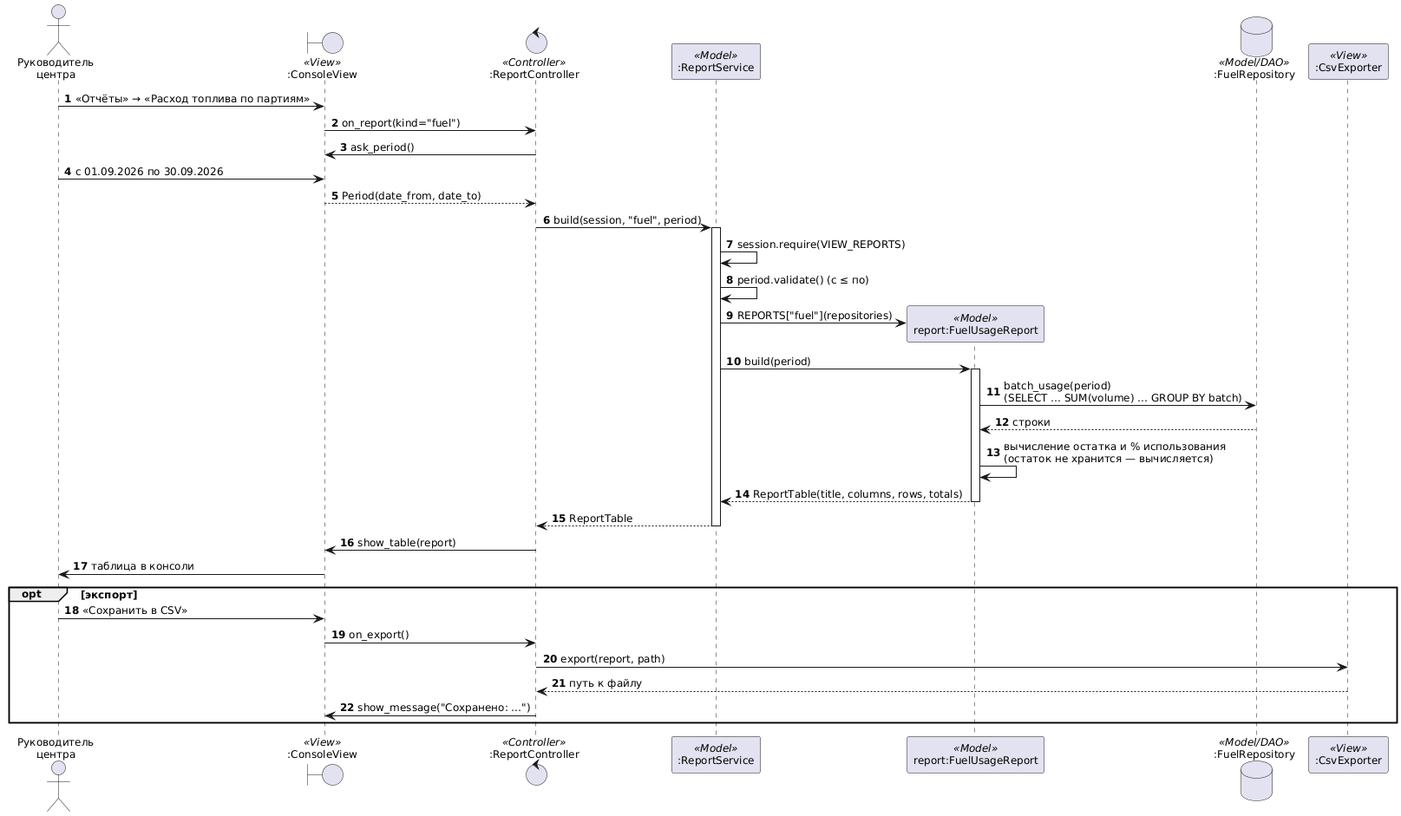
Above: docs/diagrams/uml/seq_report.png in r3DBAD/SpaceCenter (PlantUML), before the change. The source it was exported from:
```plantuml
@startuml seq_report
skinparam DefaultFontName Arial
skinparam DefaultFontSize 12
skinparam BackgroundColor white
skinparam shadowing false
autonumber

actor "Руководитель\nцентра" as U
boundary ":ConsoleView" as V <<View>>
control ":ReportController" as C <<Controller>>
participant ":ReportService" as S <<Model>>
participant "report:FuelUsageReport" as R <<Model>>
database ":FuelRepository" as FR <<Model/DAO>>
participant ":CsvExporter" as X <<View>>

U -> V : «Отчёты» → «Расход топлива по партиям»
V -> C : on_report(kind="fuel")
C -> V : ask_period()
U -> V : с 01.09.2026 по 30.09.2026
V --> C : Period(date_from, date_to)
C -> S : build(session, "fuel", period)
activate S
S -> S : session.require(VIEW_REPORTS)
S -> S : period.validate() (с ≤ по)
S -> R ** : REPORTS["fuel"](repositories)
S -> R : build(period)
activate R
R -> FR : batch_usage(period)\n(SELECT … SUM(volume) … GROUP BY batch)
FR --> R : строки
R -> R : вычисление остатка и % использования\n(остаток не хранится — вычисляется)
R --> S : ReportTable(title, columns, rows, totals)
deactivate R
S --> C : ReportTable
deactivate S
C -> V : show_table(report)
V -> U : таблица в консоли
opt экспорт
  U -> V : «Сохранить в CSV»
  V -> C : on_export()
  C -> X : export(report, path)
  X --> C : путь к файлу
  C -> V : show_message("Сохранено: …")
end
@enduml
```
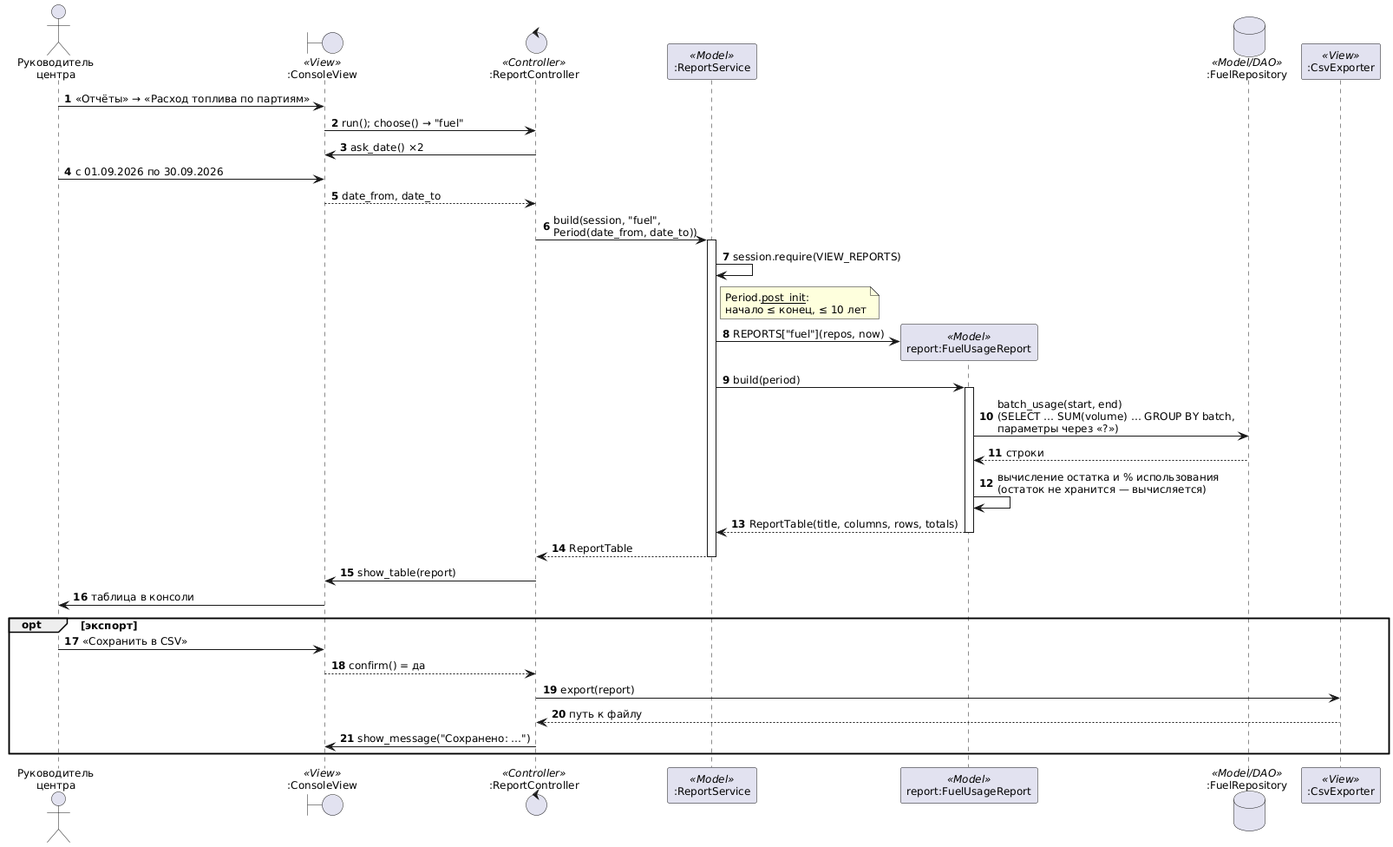
Later version of the same file.

What changed in the source:
```diff
@@ -14,18 +14,18 @@
 participant ":CsvExporter" as X <<View>>
 
 U -> V : «Отчёты» → «Расход топлива по партиям»
-V -> C : on_report(kind="fuel")
-C -> V : ask_period()
+V -> C : run(); choose() → "fuel"
+C -> V : ask_date() ×2
 U -> V : с 01.09.2026 по 30.09.2026
-V --> C : Period(date_from, date_to)
-C -> S : build(session, "fuel", period)
+V --> C : date_from, date_to
+C -> S : build(session, "fuel",\nPeriod(date_from, date_to))
 activate S
 S -> S : session.require(VIEW_REPORTS)
-S -> S : period.validate() (с ≤ по)
-S -> R ** : REPORTS["fuel"](repositories)
+note right of S : Period.__post_init__:\nначало ≤ конец, ≤ 10 лет
+S -> R ** : REPORTS["fuel"](repos, now)
 S -> R : build(period)
 activate R
-R -> FR : batch_usage(period)\n(SELECT … SUM(volume) … GROUP BY batch)
+R -> FR : batch_usage(start, end)\n(SELECT … SUM(volume) … GROUP BY batch,\nпараметры через «?»)
 FR --> R : строки
 R -> R : вычисление остатка и % использования\n(остаток не хранится — вычисляется)
 R --> S : ReportTable(title, columns, rows, totals)
@@ -36,8 +36,8 @@
 V -> U : таблица в консоли
 opt экспорт
   U -> V : «Сохранить в CSV»
-  V -> C : on_export()
-  C -> X : export(report, path)
+  V --> C : confirm() = да
+  C -> X : export(report)
   X --> C : путь к файлу
   C -> V : show_message("Сохранено: …")
 end
```
